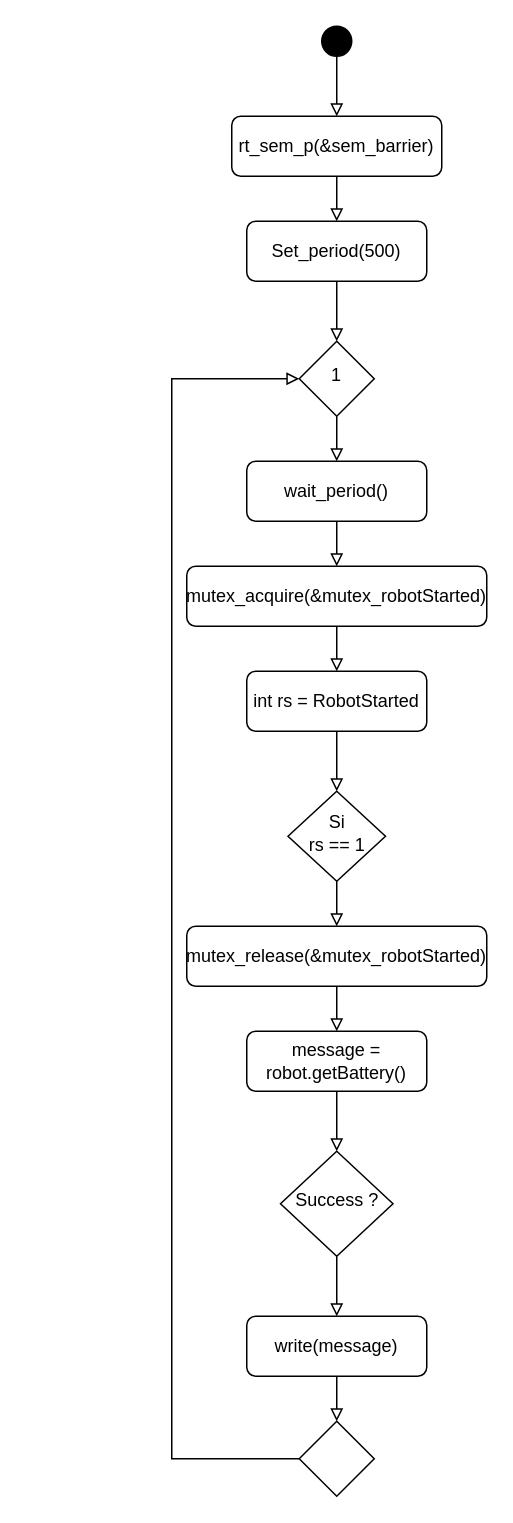
This is Conception/Thread Battery.drawio from Rayanem/Temps_reel, a draw.io file, before an edit. Source tidied: cells renumbered, new cells numbered last; positions are measured from the earlier drawing's top-left corner, leaving out a move shared by most shapes. Both pictures are drawn from the tidied source at 150%, with x=0, y=0 at pixel (171, 26).
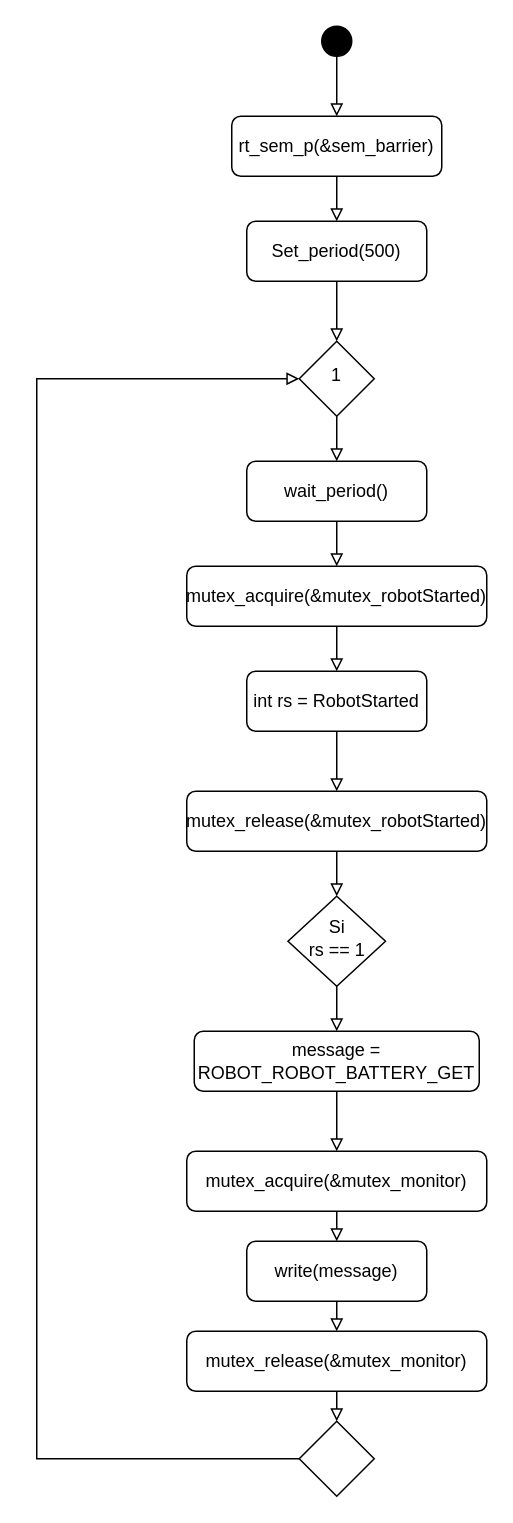
The same page after the edit.

The change refers to these unchanged cells:
```xml
<mxCell id="5" value="1" style="rhombus;whiteSpace=wrap;html=1;shadow=0;fontFamily=Helvetica;fontSize=12;align=center;strokeWidth=1;spacing=6;spacingTop=-4;" parent="1" vertex="1">
  <mxGeometry x="85" y="210" width="50" height="50" as="geometry" />
</mxCell>
<mxCell id="7" value="int rs = RobotStarted" style="rounded=1;whiteSpace=wrap;html=1;fontSize=12;glass=0;strokeWidth=1;shadow=0;" parent="1" vertex="1">
  <mxGeometry x="50" y="430" width="120" height="40" as="geometry" />
</mxCell>
<mxCell id="27" style="rhombus;whiteSpace=wrap;html=1;shadow=0;fontFamily=Helvetica;fontSize=12;align=center;strokeWidth=1;spacing=6;spacingTop=-4;" parent="1" vertex="1">
  <mxGeometry x="85" y="930" width="50" height="50" as="geometry" />
</mxCell>
```

The edit, as a diff of the source:
```diff
@@
-    <mxCell id="6" style="edgeStyle=orthogonalEdgeStyle;rounded=0;jettySize=auto;html=1;exitX=0.5;exitY=1;exitDx=0;exitDy=0;endArrow=block;endFill=0;" parent="1" edge="1" source="7" target="9">
-      <mxGeometry relative="1" as="geometry" />
-    </mxCell>
+    <mxCell id="28" style="edgeStyle=orthogonalEdgeStyle;rounded=0;jettySize=auto;html=1;exitX=0.5;exitY=1;exitDx=0;exitDy=0;entryX=0.5;entryY=0;entryDx=0;entryDy=0;endArrow=block;endFill=0;" parent="1" edge="1" source="7" target="19">
+      <mxGeometry relative="1" as="geometry" />
+    </mxCell>
@@
-    <mxCell id="8" style="edgeStyle=orthogonalEdgeStyle;rounded=0;jettySize=auto;html=1;exitX=0.5;exitY=1;exitDx=0;exitDy=0;endArrow=block;endFill=0;" parent="1" edge="1" source="9" target="19">
-      <mxGeometry relative="1" as="geometry" />
-    </mxCell>
+    <mxCell id="29" style="edgeStyle=orthogonalEdgeStyle;rounded=0;jettySize=auto;html=1;exitX=0.5;exitY=1;exitDx=0;exitDy=0;entryX=0.5;entryY=0;entryDx=0;entryDy=0;endArrow=block;endFill=0;" parent="1" edge="1" source="9" target="21">
+      <mxGeometry relative="1" as="geometry" />
+    </mxCell>
     <mxCell id="9" value="&lt;div&gt;Si&lt;/div&gt;&lt;div&gt;rs == 1&lt;br&gt;&lt;/div&gt;" style="rhombus;whiteSpace=wrap;html=1;shadow=0;fontFamily=Helvetica;fontSize=12;align=center;strokeWidth=1;spacing=6;spacingTop=-4;" parent="1" vertex="1">
-      <mxGeometry x="77.5" y="510" width="65" height="60" as="geometry" />
+      <mxGeometry x="77.5" y="580" width="65" height="60" as="geometry" />
     </mxCell>
@@
-    <mxCell id="18" style="edgeStyle=orthogonalEdgeStyle;rounded=0;jettySize=auto;html=1;exitX=0.5;exitY=1;exitDx=0;exitDy=0;entryX=0.5;entryY=0;entryDx=0;entryDy=0;endArrow=block;endFill=0;" parent="1" edge="1" source="19" target="21">
-      <mxGeometry relative="1" as="geometry" />
-    </mxCell>
+    <mxCell id="30" style="edgeStyle=orthogonalEdgeStyle;rounded=0;jettySize=auto;html=1;exitX=0.5;exitY=1;exitDx=0;exitDy=0;entryX=0.5;entryY=0;entryDx=0;entryDy=0;endArrow=block;endFill=0;" parent="1" edge="1" source="19" target="9">
+      <mxGeometry relative="1" as="geometry" />
+    </mxCell>
     <mxCell id="19" value="mutex_release(&amp;amp;mutex_robotStarted)" style="rounded=1;whiteSpace=wrap;html=1;fontSize=12;glass=0;strokeWidth=1;shadow=0;" parent="1" vertex="1">
-      <mxGeometry x="10" y="600" width="200" height="40" as="geometry" />
+      <mxGeometry x="10" y="510" width="200" height="40" as="geometry" />
     </mxCell>
-    <mxCell id="20" style="edgeStyle=orthogonalEdgeStyle;rounded=0;jettySize=auto;html=1;exitX=0.5;exitY=1;exitDx=0;exitDy=0;entryX=0.5;entryY=0;entryDx=0;entryDy=0;endArrow=block;endFill=0;" parent="1" edge="1" source="21" target="23">
-      <mxGeometry relative="1" as="geometry" />
+    <mxCell id="20" style="edgeStyle=orthogonalEdgeStyle;rounded=0;jettySize=auto;html=1;exitX=0.5;exitY=1;exitDx=0;exitDy=0;entryX=0.5;entryY=0;entryDx=0;entryDy=0;endArrow=block;endFill=0;" parent="1" edge="1" source="21">
+      <mxGeometry relative="1" as="geometry">
+        <mxPoint x="110" y="750" as="targetPoint" />
+      </mxGeometry>
     </mxCell>
-    <mxCell id="21" value="&lt;div&gt;message =&lt;/div&gt;&lt;div&gt;robot.getBattery()&lt;br&gt;&lt;/div&gt;" style="rounded=1;whiteSpace=wrap;html=1;fontSize=12;glass=0;strokeWidth=1;shadow=0;" parent="1" vertex="1">
-      <mxGeometry x="50" y="670" width="120" height="40" as="geometry" />
+    <mxCell id="21" value="&lt;div&gt;message =&lt;/div&gt;&lt;div&gt;ROBOT_ROBOT_BATTERY_GET&lt;br&gt;&lt;/div&gt;" style="rounded=1;whiteSpace=wrap;html=1;fontSize=12;glass=0;strokeWidth=1;shadow=0;" parent="1" vertex="1">
+      <mxGeometry x="15" y="670" width="190" height="40" as="geometry" />
     </mxCell>
-    <mxCell id="22" style="edgeStyle=orthogonalEdgeStyle;rounded=0;jettySize=auto;html=1;exitX=0.5;exitY=1;exitDx=0;exitDy=0;entryX=0.5;entryY=0;entryDx=0;entryDy=0;endArrow=block;endFill=0;" parent="1" edge="1" source="23" target="25">
-      <mxGeometry relative="1" as="geometry" />
-    </mxCell>
-    <mxCell id="23" value="Success ?" style="rhombus;whiteSpace=wrap;html=1;shadow=0;fontFamily=Helvetica;fontSize=12;align=center;strokeWidth=1;spacing=6;spacingTop=-4;" parent="1" vertex="1">
-      <mxGeometry x="72.5" y="750" width="75" height="70" as="geometry" />
-    </mxCell>
-    <mxCell id="24" style="edgeStyle=orthogonalEdgeStyle;rounded=0;jettySize=auto;html=1;exitX=0.5;exitY=1;exitDx=0;exitDy=0;endArrow=block;endFill=0;" parent="1" edge="1" source="25" target="27">
-      <mxGeometry relative="1" as="geometry" />
-    </mxCell>
+    <mxCell id="31" style="edgeStyle=orthogonalEdgeStyle;rounded=0;jettySize=auto;html=1;exitX=0.5;exitY=1;exitDx=0;exitDy=0;entryX=0.5;entryY=0;entryDx=0;entryDy=0;endArrow=block;endFill=0;" parent="1" edge="1" source="25" target="35">
+      <mxGeometry relative="1" as="geometry" />
+    </mxCell>
     <mxCell id="25" value="write(message)" style="rounded=1;whiteSpace=wrap;html=1;fontSize=12;glass=0;strokeWidth=1;shadow=0;" parent="1" vertex="1">
-      <mxGeometry x="50" y="860" width="120" height="40" as="geometry" />
+      <mxGeometry x="50" y="810" width="120" height="40" as="geometry" />
     </mxCell>
     <mxCell id="26" style="edgeStyle=orthogonalEdgeStyle;rounded=0;jettySize=auto;html=1;exitX=0;exitY=0.5;exitDx=0;exitDy=0;entryX=0;entryY=0.5;entryDx=0;entryDy=0;endArrow=block;endFill=0;" parent="1" edge="1" source="27" target="5">
       <mxGeometry relative="1" as="geometry">
         <Array as="points">
-          <mxPoint y="955" />
-          <mxPoint y="235" />
+          <mxPoint x="-90" y="955" />
+          <mxPoint x="-90" y="235" />
         </Array>
       </mxGeometry>
     </mxCell>
@@
+    <mxCell id="32" style="edgeStyle=orthogonalEdgeStyle;rounded=0;jettySize=auto;html=1;exitX=0.5;exitY=1;exitDx=0;exitDy=0;entryX=0.5;entryY=0;entryDx=0;entryDy=0;endArrow=block;endFill=0;" parent="1" edge="1" source="33" target="25">
+      <mxGeometry relative="1" as="geometry" />
+    </mxCell>
+    <mxCell id="33" value="mutex_acquire(&amp;amp;mutex_monitor)" style="rounded=1;whiteSpace=wrap;html=1;fontSize=12;glass=0;strokeWidth=1;shadow=0;" parent="1" vertex="1">
+      <mxGeometry x="10" y="750" width="200" height="40" as="geometry" />
+    </mxCell>
+    <mxCell id="34" style="edgeStyle=orthogonalEdgeStyle;rounded=0;jettySize=auto;html=1;exitX=0.5;exitY=1;exitDx=0;exitDy=0;entryX=0.5;entryY=0;entryDx=0;entryDy=0;endArrow=block;endFill=0;" parent="1" edge="1" source="35" target="27">
+      <mxGeometry relative="1" as="geometry" />
+    </mxCell>
+    <mxCell id="35" value="mutex_release(&amp;amp;mutex_monitor)" style="rounded=1;whiteSpace=wrap;html=1;fontSize=12;glass=0;strokeWidth=1;shadow=0;" parent="1" vertex="1">
+      <mxGeometry x="10" y="870" width="200" height="40" as="geometry" />
+    </mxCell>
```
